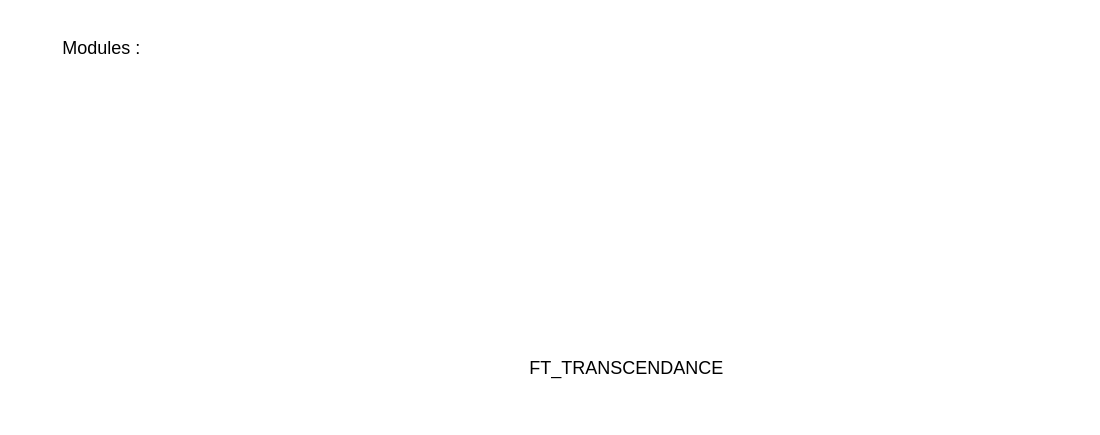
Above: diagram.drawio in drogonj/ft_transcendence (draw.io), before the change. Source tidied: cells renumbered, new cells numbered last; positions are measured from the earlier drawing's top-left corner, leaving out a move shared by most shapes. Both pictures are drawn from the tidied source at 150%, with x=0, y=0 at pixel (40, 26).
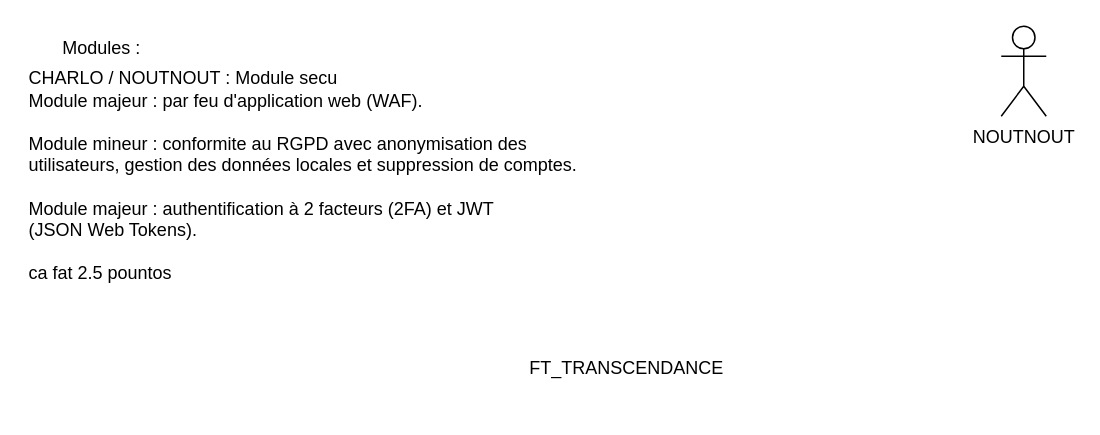
After the change.

Diff of the diagram source:
```diff
@@
 <mxGraphModel>
   <root>
     <mxCell id="0" />
     <mxCell id="1" parent="0" />
     <mxCell id="2" value="&lt;div&gt;Modules :&lt;/div&gt;" style="text;html=1;align=center;verticalAlign=middle;strokeColor=none;fillColor=none;" parent="1" vertex="1">
       <mxGeometry width="80" height="30" as="geometry" />
     </mxCell>
     <mxCell id="3" value="&lt;div&gt;FT_TRANSCENDANCE&lt;/div&gt;&lt;div&gt;&lt;br&gt;&lt;/div&gt;" style="text;html=1;align=center;verticalAlign=middle;strokeColor=none;fillColor=none;" parent="1" vertex="1">
       <mxGeometry x="315" y="215" width="150" height="40" as="geometry" />
     </mxCell>
+    <mxCell id="4" value="&lt;div align=&quot;left&quot;&gt;CHARLO / NOUTNOUT : Module secu&lt;/div&gt;&lt;div align=&quot;left&quot;&gt;Module majeur : par feu d'application web (WAF).&lt;/div&gt;&lt;div align=&quot;left&quot;&gt;&lt;br&gt;&lt;/div&gt;&lt;div align=&quot;left&quot;&gt;Module mineur : conformite au RGPD avec anonymisation des&lt;br&gt;&lt;div&gt;utilisateurs, gestion des données locales et suppression de comptes.&lt;/div&gt;&lt;div&gt;&lt;br&gt;&lt;/div&gt;&lt;div&gt;Module majeur : authentification à 2 facteurs (2FA) et JWT&lt;br&gt;(JSON Web Tokens).&lt;/div&gt;&lt;div&gt;&lt;br&gt;&lt;/div&gt;&lt;div&gt;ca fat 2.5 pountos&lt;br&gt;&lt;/div&gt;&lt;/div&gt;&lt;div align=&quot;left&quot;&gt;&lt;br&gt;&lt;/div&gt;" style="text;html=1;align=left;verticalAlign=middle;strokeColor=none;fillColor=none;" parent="1" vertex="1">
+      <mxGeometry x="-10" y="22" width="390" height="170" as="geometry" />
+    </mxCell>
+    <mxCell id="5" value="&lt;div&gt;NOUTNOUT&lt;/div&gt;&lt;div&gt;&lt;br&gt;&lt;/div&gt;" style="shape=umlActor;verticalLabelPosition=bottom;verticalAlign=top;html=1;" parent="1" vertex="1">
+      <mxGeometry x="640" width="30" height="60" as="geometry" />
+    </mxCell>
   </root>
 </mxGraphModel>
```
